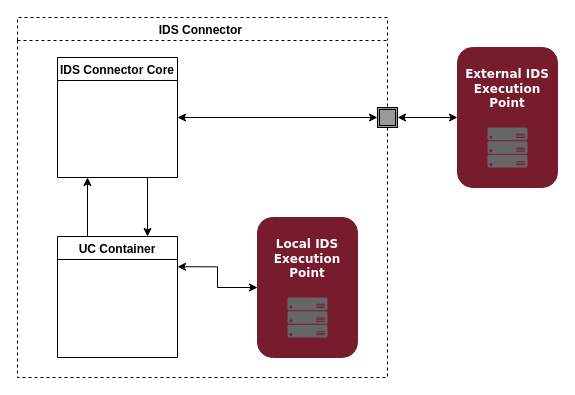
International-Data-Spaces-Association/IDS-RAM_4_0 keeps this draw.io diagram as page "PXP" (2 of 2) of documentation/4_Perspectives_of_the_Reference_Architecture_Model/4_1_Security_Perspective/media/Context-information-and-execution-point.drawio. Above is the earlier version. Source tidied: cells renumbered, new cells numbered last; positions are measured from the earlier drawing's top-left corner, leaving out a move shared by most shapes. Both pictures are drawn from the tidied source at 100%, with x=0, y=0 at pixel (17, 17).
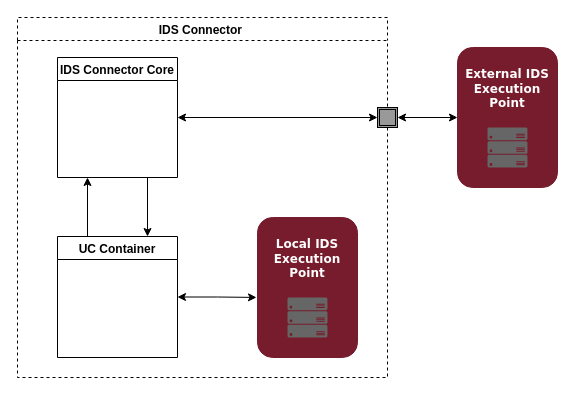
After the change.

The edit, as a diff of the source:
```diff
@@
 <mxGraphModel>
   <root>
     <mxCell id="0" />
     <mxCell id="1" parent="0" />
     <mxCell id="2" value="&lt;b style=&quot;color: rgb(255 , 255 , 255) ; font-family: &amp;#34;verdana&amp;#34;&quot;&gt;&lt;font style=&quot;font-size: 12px&quot;&gt;External IDS Execution Point&lt;br&gt;&lt;br&gt;&lt;br&gt;&lt;br&gt;&lt;br&gt;&lt;/font&gt;&lt;/b&gt;" style="rounded=1;whiteSpace=wrap;html=1;fillColor=#771C2C;strokeColor=#771C2C;" parent="1" vertex="1">
       <mxGeometry x="440" y="30" width="100" height="140" as="geometry" />
     </mxCell>
     <mxCell id="3" value="IDS Connector " style="swimlane;dashed=1;" parent="1" vertex="1">
       <mxGeometry width="370" height="360" as="geometry" />
     </mxCell>
     <mxCell id="4" style="edgeStyle=orthogonalEdgeStyle;rounded=0;jettySize=auto;html=1;exitX=0.25;exitY=0;exitDx=0;exitDy=0;entryX=0.25;entryY=1;entryDx=0;entryDy=0;" parent="3" edge="1" source="5" target="6">
       <mxGeometry relative="1" as="geometry" />
     </mxCell>
     <mxCell id="5" value="UC Container" style="swimlane;fontSize=12;startSize=23;" parent="3" vertex="1">
       <mxGeometry x="40" y="219" width="120" height="121" as="geometry" />
     </mxCell>
     <mxCell id="6" value="IDS Connector Core" style="swimlane;startSize=23;" parent="3" vertex="1">
       <mxGeometry x="40" y="40" width="120" height="120" as="geometry" />
     </mxCell>
     <mxCell id="7" style="endArrow=classic;html=1;rounded=0;exitX=0.75;exitY=1;exitDx=0;exitDy=0;entryX=0.75;entryY=0;entryDx=0;entryDy=0;" parent="3" edge="1" source="6" target="5">
       <mxGeometry relative="1" as="geometry" />
     </mxCell>
     <mxCell id="8" value="&lt;b style=&quot;color: rgb(255 , 255 , 255) ; font-family: &amp;#34;verdana&amp;#34;&quot;&gt;&lt;font style=&quot;font-size: 12px&quot;&gt;Local IDS Execution Point&lt;br&gt;&lt;br&gt;&lt;br&gt;&lt;br&gt;&lt;br&gt;&lt;/font&gt;&lt;/b&gt;" style="rounded=1;whiteSpace=wrap;html=1;fillColor=#771C2C;strokeColor=#771C2C;" parent="3" vertex="1">
       <mxGeometry x="240" y="200" width="100" height="140" as="geometry" />
     </mxCell>
     <mxCell id="9" style="sketch=0;shadow=0;dashed=0;html=1;strokeColor=none;labelPosition=center;verticalLabelPosition=bottom;verticalAlign=top;align=center;fillColor=#666666;shape=mxgraph.azure.server_rack;" parent="3" vertex="1">
       <mxGeometry x="270" y="280" width="40" height="40" as="geometry" />
     </mxCell>
-    <mxCell id="10" style="edgeStyle=orthogonalEdgeStyle;rounded=0;jettySize=auto;html=1;exitX=1;exitY=0.25;exitDx=0;exitDy=0;startArrow=classic;startFill=1;" parent="3" edge="1" source="5" target="8">
+    <mxCell id="10" style="edgeStyle=orthogonalEdgeStyle;rounded=0;jettySize=auto;html=1;exitX=1;exitY=0.5;exitDx=0;exitDy=0;startArrow=classic;startFill=1;entryX=-0.01;entryY=0.571;entryDx=0;entryDy=0;entryPerimeter=0;" parent="3" edge="1" source="5" target="8">
       <mxGeometry relative="1" as="geometry" />
     </mxCell>
     <mxCell id="11" style="edgeStyle=orthogonalEdgeStyle;rounded=0;orthogonalLoop=1;jettySize=auto;html=1;exitX=1;exitY=0.5;exitDx=0;exitDy=0;startArrow=none;startFill=1;entryX=0;entryY=0.5;entryDx=0;entryDy=0;" parent="1" edge="1" source="12" target="12">
       <mxGeometry relative="1" as="geometry" />
     </mxCell>
     <mxCell id="12" style="shape=ext;double=1;whiteSpace=wrap;html=1;fillColor=#999999;" parent="1" vertex="1">
       <mxGeometry x="360" y="90" width="20" height="20" as="geometry" />
     </mxCell>
     <mxCell id="13" style="edgeStyle=orthogonalEdgeStyle;rounded=0;jettySize=auto;html=1;exitX=1;exitY=0.5;exitDx=0;exitDy=0;startArrow=classic;startFill=1;endArrow=classic;entryX=0;entryY=0.5;entryDx=0;entryDy=0;endFill=1;" parent="1" edge="1" source="6" target="12">
       <mxGeometry relative="1" as="geometry" />
     </mxCell>
     <mxCell id="14" style="edgeStyle=orthogonalEdgeStyle;rounded=0;jettySize=auto;html=1;exitX=1;exitY=0.5;exitDx=0;exitDy=0;startArrow=classic;startFill=1;endArrow=classic;entryX=0;entryY=0.5;entryDx=0;entryDy=0;endFill=1;" parent="1" edge="1" source="12" target="2">
       <mxGeometry relative="1" as="geometry" />
     </mxCell>
     <mxCell id="15" style="sketch=0;shadow=0;dashed=0;html=1;strokeColor=none;labelPosition=center;verticalLabelPosition=bottom;verticalAlign=top;align=center;fillColor=#666666;shape=mxgraph.azure.server_rack;" parent="1" vertex="1">
       <mxGeometry x="470" y="110" width="40" height="40" as="geometry" />
     </mxCell>
   </root>
 </mxGraphModel>
```
